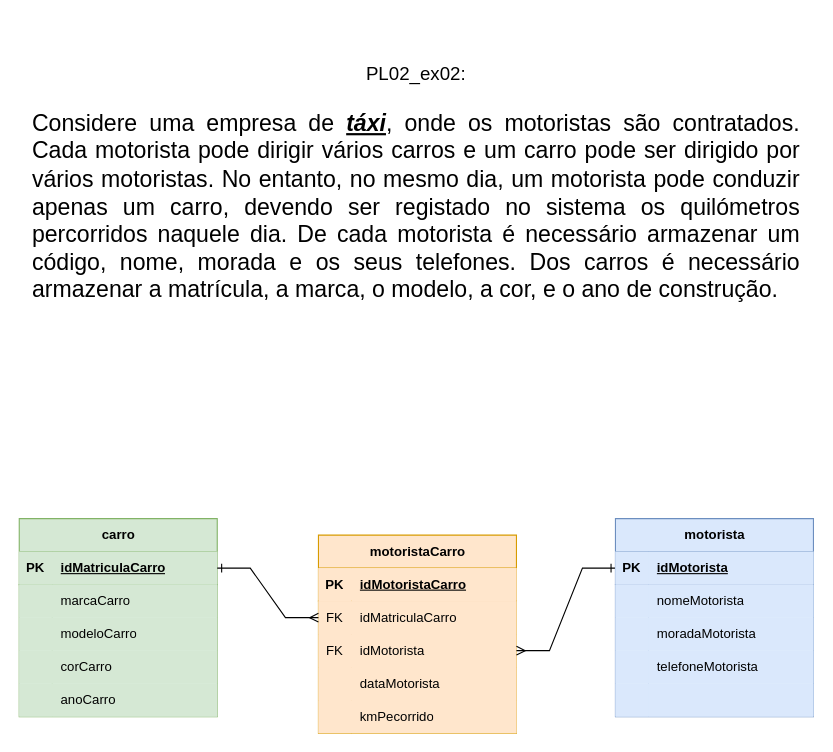
The draw.io diagram praticalabora02_ex02.drawio in NeanderFontes/ItCenter-DB, before the edit. Source tidied: cells renumbered, new cells numbered last; positions are measured from the earlier drawing's top-left corner, leaving out a move shared by most shapes. Both pictures are drawn from the tidied source at 110%, with x=0, y=0 at pixel (19, 56).
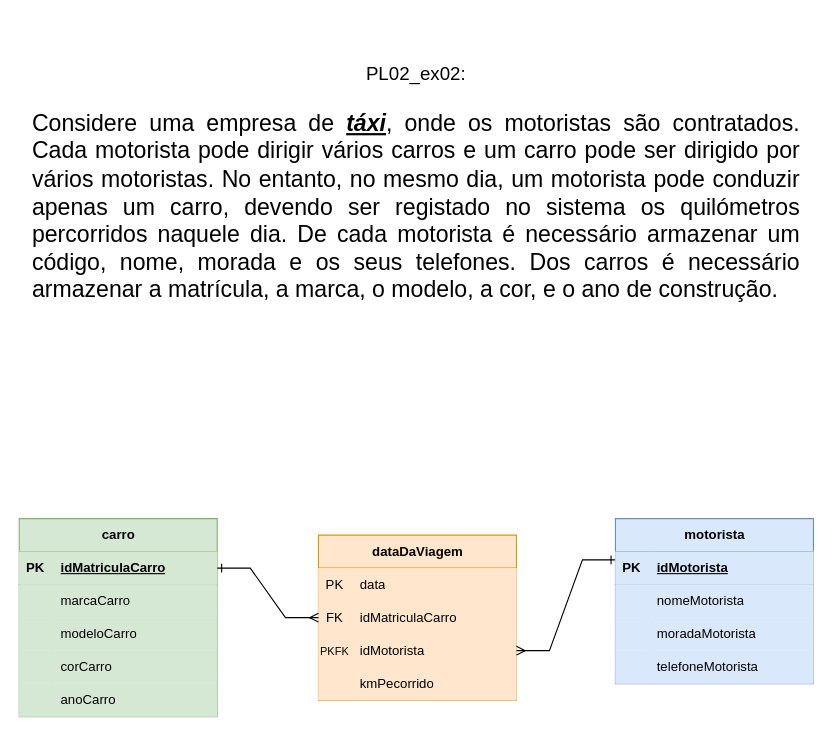
Above is the later version.

Unchanged cells that the change refers to:
```xml
<mxCell id="25" style="shape=tableRow;horizontal=0;startSize=0;swimlaneHead=0;swimlaneBody=0;fillColor=#ffe6cc;points=[[0,0.5],[1,0.5]];portConstraint=eastwest;top=0;left=0;right=0;bottom=0;strokeColor=#d79b00;" parent="18" vertex="1">
  <mxGeometry y="90" width="180" height="30" as="geometry" />
</mxCell>
```

The edit, as a diff of the source:
```diff
@@
-    <mxCell id="18" value="motoristaCarro" style="shape=table;startSize=30;childLayout=tableLayout;rowLines=0;fontStyle=1;align=center;html=1;fillColor=#ffe6cc;strokeColor=#d79b00;" parent="1" vertex="1">
-      <mxGeometry x="272" y="435" width="180" height="180" as="geometry" />
+    <mxCell id="18" value="dataDaViagem" style="shape=table;startSize=30;childLayout=tableLayout;rowLines=0;fontStyle=1;align=center;html=1;fillColor=#ffe6cc;strokeColor=#d79b00;" parent="1" vertex="1">
+      <mxGeometry x="272" y="435" width="180" height="150" as="geometry" />
     </mxCell>
-    <mxCell id="19" style="shape=tableRow;horizontal=0;startSize=0;swimlaneHead=0;swimlaneBody=0;fillColor=#ffe6cc;top=0;left=0;right=0;bottom=1;strokeColor=#d79b00;" parent="18" vertex="1">
-      <mxGeometry y="30" width="180" height="30" as="geometry" />
-    </mxCell>
-    <mxCell id="20" value="PK" style="shape=partialRectangle;fillColor=#ffe6cc;top=0;left=0;bottom=0;right=0;fontStyle=1;overflow=hidden;whiteSpace=wrap;html=1;strokeColor=#d79b00;" parent="19" vertex="1">
-      <mxGeometry width="30" height="30" as="geometry" />
-    </mxCell>
-    <mxCell id="21" value="idMotoristaCarro" style="shape=partialRectangle;fillColor=#ffe6cc;top=0;left=0;bottom=0;right=0;align=left;spacingLeft=6;fontStyle=5;overflow=hidden;whiteSpace=wrap;html=1;strokeColor=#d79b00;" parent="19" vertex="1">
-      <mxGeometry x="30" width="150" height="30" as="geometry" />
-    </mxCell>
+    <mxCell id="28" style="shape=tableRow;horizontal=0;startSize=0;swimlaneHead=0;swimlaneBody=0;fillColor=#ffe6cc;top=0;left=0;right=0;bottom=0;strokeColor=#d79b00;" parent="18" vertex="1">
+      <mxGeometry y="30" width="180" height="30" as="geometry" />
+    </mxCell>
+    <mxCell id="29" value="PK" style="shape=partialRectangle;fillColor=#ffe6cc;top=0;left=0;bottom=0;right=0;overflow=hidden;whiteSpace=wrap;html=1;strokeColor=#d79b00;" parent="28" vertex="1">
+      <mxGeometry width="30" height="30" as="geometry" />
+    </mxCell>
+    <mxCell id="30" value="data" style="shape=partialRectangle;fillColor=#ffe6cc;top=0;left=0;bottom=0;right=0;align=left;spacingLeft=6;overflow=hidden;whiteSpace=wrap;html=1;strokeColor=#d79b00;" parent="28" vertex="1">
+      <mxGeometry x="30" width="150" height="30" as="geometry" />
+    </mxCell>
@@
-    <mxCell id="26" value="FK" style="shape=partialRectangle;fillColor=#ffe6cc;top=0;left=0;bottom=0;right=0;overflow=hidden;whiteSpace=wrap;html=1;strokeColor=#d79b00;" parent="25" vertex="1">
+    <mxCell id="26" value="&lt;font style=&quot;font-size: 10px;&quot;&gt;PKFK&lt;/font&gt;" style="shape=partialRectangle;fillColor=#ffe6cc;top=0;left=0;bottom=0;right=0;overflow=hidden;whiteSpace=wrap;html=1;strokeColor=#d79b00;" parent="25" vertex="1">
       <mxGeometry width="30" height="30" as="geometry" />
     </mxCell>
@@
-    <mxCell id="28" style="shape=tableRow;horizontal=0;startSize=0;swimlaneHead=0;swimlaneBody=0;fillColor=#ffe6cc;top=0;left=0;right=0;bottom=0;strokeColor=#d79b00;" parent="18" vertex="1">
-      <mxGeometry y="120" width="180" height="30" as="geometry" />
-    </mxCell>
-    <mxCell id="29" style="shape=partialRectangle;fillColor=#ffe6cc;top=0;left=0;bottom=0;right=0;overflow=hidden;whiteSpace=wrap;html=1;strokeColor=#d79b00;" parent="28" vertex="1">
-      <mxGeometry width="30" height="30" as="geometry" />
-    </mxCell>
-    <mxCell id="30" value="dataMotorista" style="shape=partialRectangle;fillColor=#ffe6cc;top=0;left=0;bottom=0;right=0;align=left;spacingLeft=6;overflow=hidden;whiteSpace=wrap;html=1;strokeColor=#d79b00;" parent="28" vertex="1">
-      <mxGeometry x="30" width="150" height="30" as="geometry" />
-    </mxCell>
     <mxCell id="31" style="shape=tableRow;horizontal=0;startSize=0;swimlaneHead=0;swimlaneBody=0;fillColor=#ffe6cc;top=0;left=0;right=0;bottom=0;strokeColor=#d79b00;" parent="18" vertex="1">
-      <mxGeometry y="150" width="180" height="30" as="geometry" />
+      <mxGeometry y="120" width="180" height="30" as="geometry" />
     </mxCell>
@@
     <mxCell id="37" value="motorista" style="shape=table;startSize=30;childLayout=tableLayout;rowLines=0;fontStyle=1;align=center;html=1;fillColor=#dae8fc;strokeColor=#6c8ebf;" parent="1" vertex="1">
-      <mxGeometry x="542" y="420" width="180" height="180" as="geometry" />
+      <mxGeometry x="542" y="420" width="180" height="150" as="geometry" />
     </mxCell>
@@
-    <mxCell id="50" style="shape=tableRow;horizontal=0;startSize=0;swimlaneHead=0;swimlaneBody=0;fillColor=#dae8fc;top=0;left=0;right=0;bottom=0;strokeColor=#6c8ebf;" parent="37" vertex="1">
-      <mxGeometry y="150" width="180" height="30" as="geometry" />
-    </mxCell>
-    <mxCell id="51" style="shape=partialRectangle;fillColor=#dae8fc;top=0;left=0;bottom=0;right=0;overflow=hidden;whiteSpace=wrap;html=1;strokeColor=#6c8ebf;" parent="50" vertex="1">
-      <mxGeometry width="30" height="30" as="geometry" />
-    </mxCell>
-    <mxCell id="52" style="shape=partialRectangle;fillColor=#dae8fc;top=0;left=0;bottom=0;right=0;align=left;spacingLeft=6;overflow=hidden;whiteSpace=wrap;html=1;strokeColor=#6c8ebf;" parent="50" vertex="1">
-      <mxGeometry x="30" width="150" height="30" as="geometry" />
-    </mxCell>
```
